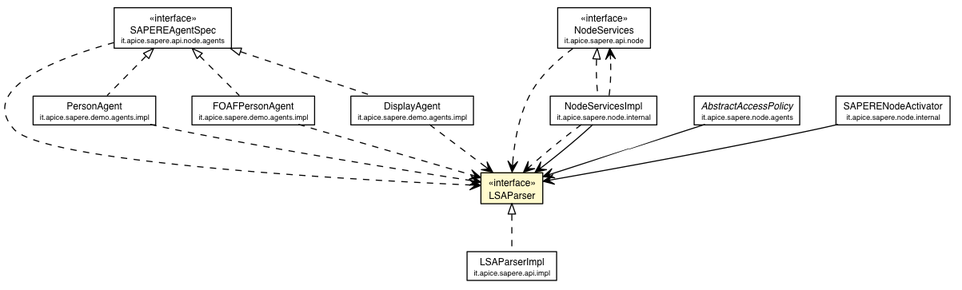
Above: deployed-site/apidocs/it/apice/sapere/api/LSAParser.png in DanySK/Legacy-Contessi-Thesis-Semantic-Web-SAPERE (Graphviz), before the change. Its source is kept beside it as deployed-site/apidocs/it/apice/sapere/api/LSAParser.dot. Its diagram source:
```dot

digraph G {
	edge [fontname="Helvetica",fontsize=10,labelfontname="Helvetica",labelfontsize=10];
	node [fontname="Helvetica",fontsize=10,shape=plaintext];
	c17725 [label=<<table border="0" cellborder="1" cellspacing="0" cellpadding="2" port="p" bgcolor="lemonChiffon" href="./LSAParser.html">
		<tr><td><table border="0" cellspacing="0" cellpadding="1">
			<tr><td> &laquo;interface&raquo; </td></tr>
			<tr><td> LSAParser </td></tr>
		</table></td></tr>
		</table>>, fontname="Helvetica", fontcolor="black", fontsize=9.0];
	c17802 [label=<<table border="0" cellborder="1" cellspacing="0" cellpadding="2" port="p" href="./node/agents/SAPEREAgentSpec.html">
		<tr><td><table border="0" cellspacing="0" cellpadding="1">
			<tr><td> &laquo;interface&raquo; </td></tr>
			<tr><td> SAPEREAgentSpec </td></tr>
			<tr><td><font point-size="7.0"> it.apice.sapere.api.node.agents </font></td></tr>
		</table></td></tr>
		</table>>, fontname="Helvetica", fontcolor="black", fontsize=9.0];
	c17810 [label=<<table border="0" cellborder="1" cellspacing="0" cellpadding="2" port="p" href="./node/NodeServices.html">
		<tr><td><table border="0" cellspacing="0" cellpadding="1">
			<tr><td> &laquo;interface&raquo; </td></tr>
			<tr><td> NodeServices </td></tr>
			<tr><td><font point-size="7.0"> it.apice.sapere.api.node </font></td></tr>
		</table></td></tr>
		</table>>, fontname="Helvetica", fontcolor="black", fontsize=9.0];
	c17870 [label=<<table border="0" cellborder="1" cellspacing="0" cellpadding="2" port="p" href="./impl/LSAParserImpl.html">
		<tr><td><table border="0" cellspacing="0" cellpadding="1">
			<tr><td> LSAParserImpl </td></tr>
			<tr><td><font point-size="7.0"> it.apice.sapere.api.impl </font></td></tr>
		</table></td></tr>
		</table>>, fontname="Helvetica", fontcolor="black", fontsize=9.0];
	c17917 [label=<<table border="0" cellborder="1" cellspacing="0" cellpadding="2" port="p" href="../node/agents/AbstractAccessPolicy.html">
		<tr><td><table border="0" cellspacing="0" cellpadding="1">
			<tr><td><font face="Helvetica-Oblique"> AbstractAccessPolicy </font></td></tr>
			<tr><td><font point-size="7.0"> it.apice.sapere.node.agents </font></td></tr>
		</table></td></tr>
		</table>>, fontname="Helvetica", fontcolor="black", fontsize=9.0];
	c17923 [label=<<table border="0" cellborder="1" cellspacing="0" cellpadding="2" port="p" href="../node/internal/SAPERENodeActivator.html">
		<tr><td><table border="0" cellspacing="0" cellpadding="1">
			<tr><td> SAPERENodeActivator </td></tr>
			<tr><td><font point-size="7.0"> it.apice.sapere.node.internal </font></td></tr>
		</table></td></tr>
		</table>>, fontname="Helvetica", fontcolor="black", fontsize=9.0];
	c17924 [label=<<table border="0" cellborder="1" cellspacing="0" cellpadding="2" port="p" href="../node/internal/NodeServicesImpl.html">
		<tr><td><table border="0" cellspacing="0" cellpadding="1">
			<tr><td> NodeServicesImpl </td></tr>
			<tr><td><font point-size="7.0"> it.apice.sapere.node.internal </font></td></tr>
		</table></td></tr>
		</table>>, fontname="Helvetica", fontcolor="black", fontsize=9.0];
	c17943 [label=<<table border="0" cellborder="1" cellspacing="0" cellpadding="2" port="p" href="../demo/agents/impl/PersonAgent.html">
		<tr><td><table border="0" cellspacing="0" cellpadding="1">
			<tr><td> PersonAgent </td></tr>
			<tr><td><font point-size="7.0"> it.apice.sapere.demo.agents.impl </font></td></tr>
		</table></td></tr>
		</table>>, fontname="Helvetica", fontcolor="black", fontsize=9.0];
	c17944 [label=<<table border="0" cellborder="1" cellspacing="0" cellpadding="2" port="p" href="../demo/agents/impl/FOAFPersonAgent.html">
		<tr><td><table border="0" cellspacing="0" cellpadding="1">
			<tr><td> FOAFPersonAgent </td></tr>
			<tr><td><font point-size="7.0"> it.apice.sapere.demo.agents.impl </font></td></tr>
		</table></td></tr>
		</table>>, fontname="Helvetica", fontcolor="black", fontsize=9.0];
	c17946 [label=<<table border="0" cellborder="1" cellspacing="0" cellpadding="2" port="p" href="../demo/agents/impl/DisplayAgent.html">
		<tr><td><table border="0" cellspacing="0" cellpadding="1">
			<tr><td> DisplayAgent </td></tr>
			<tr><td><font point-size="7.0"> it.apice.sapere.demo.agents.impl </font></td></tr>
		</table></td></tr>
		</table>>, fontname="Helvetica", fontcolor="black", fontsize=9.0];
	c17725:p -> c17870:p [dir=back,arrowtail=empty,style=dashed];
	c17810:p -> c17924:p [dir=back,arrowtail=empty,style=dashed];
	c17802:p -> c17943:p [dir=back,arrowtail=empty,style=dashed];
	c17802:p -> c17944:p [dir=back,arrowtail=empty,style=dashed];
	c17802:p -> c17946:p [dir=back,arrowtail=empty,style=dashed];
	c17917:p -> c17725:p [taillabel="", label="", headlabel="", fontname="Helvetica", fontcolor="black", fontsize=10.0, color="black", arrowhead=open];
	c17923:p -> c17725:p [taillabel="", label="", headlabel="", fontname="Helvetica", fontcolor="black", fontsize=10.0, color="black", arrowhead=open];
	c17924:p -> c17725:p [taillabel="", label="", headlabel="", fontname="Helvetica", fontcolor="black", fontsize=10.0, color="black", arrowhead=open];
	c17802:p -> c17725:p [taillabel="", label="", headlabel="", fontname="Helvetica", fontcolor="black", fontsize=10.0, color="black", arrowhead=open, style=dashed];
	c17810:p -> c17725:p [taillabel="", label="", headlabel="", fontname="Helvetica", fontcolor="black", fontsize=10.0, color="black", arrowhead=open, style=dashed];
	c17924:p -> c17725:p [taillabel="", label="", headlabel="", fontname="Helvetica", fontcolor="black", fontsize=10.0, color="black", arrowhead=open, style=dashed];
	c17924:p -> c17810:p [taillabel="", label="", headlabel="", fontname="Helvetica", fontcolor="black", fontsize=10.0, color="black", arrowhead=open, style=dashed];
	c17943:p -> c17725:p [taillabel="", label="", headlabel="", fontname="Helvetica", fontcolor="black", fontsize=10.0, color="black", arrowhead=open, style=dashed];
	c17944:p -> c17725:p [taillabel="", label="", headlabel="", fontname="Helvetica", fontcolor="black", fontsize=10.0, color="black", arrowhead=open, style=dashed];
	c17946:p -> c17725:p [taillabel="", label="", headlabel="", fontname="Helvetica", fontcolor="black", fontsize=10.0, color="black", arrowhead=open, style=dashed];
}
```
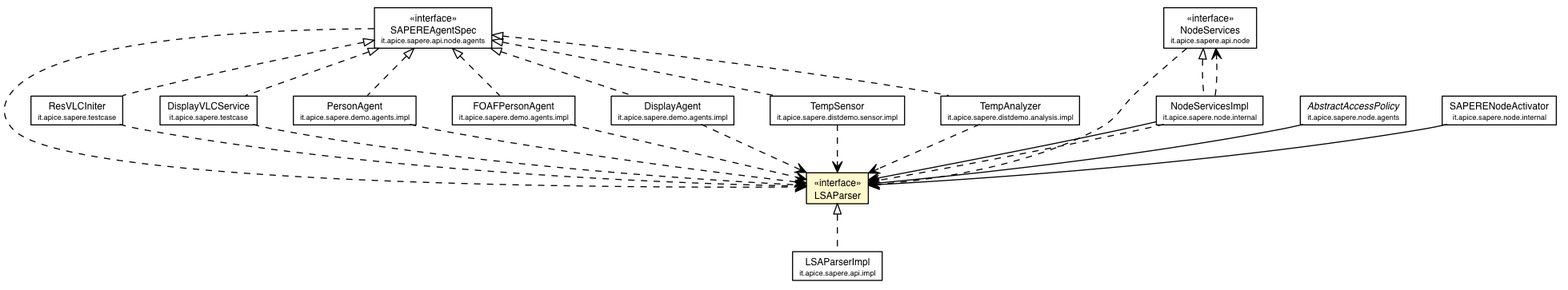
After the commit.

What changed in the source:
```diff
@@ -2,81 +2,113 @@
 digraph G {
 	edge [fontname="Helvetica",fontsize=10,labelfontname="Helvetica",labelfontsize=10];
 	node [fontname="Helvetica",fontsize=10,shape=plaintext];
-	c17725 [label=<<table border="0" cellborder="1" cellspacing="0" cellpadding="2" port="p" bgcolor="lemonChiffon" href="./LSAParser.html">
+	c21999 [label=<<table border="0" cellborder="1" cellspacing="0" cellpadding="2" port="p" bgcolor="lemonChiffon" href="./LSAParser.html">
 		<tr><td><table border="0" cellspacing="0" cellpadding="1">
 			<tr><td> &laquo;interface&raquo; </td></tr>
 			<tr><td> LSAParser </td></tr>
 		</table></td></tr>
 		</table>>, fontname="Helvetica", fontcolor="black", fontsize=9.0];
-	c17802 [label=<<table border="0" cellborder="1" cellspacing="0" cellpadding="2" port="p" href="./node/agents/SAPEREAgentSpec.html">
+	c22076 [label=<<table border="0" cellborder="1" cellspacing="0" cellpadding="2" port="p" href="./node/agents/SAPEREAgentSpec.html">
 		<tr><td><table border="0" cellspacing="0" cellpadding="1">
 			<tr><td> &laquo;interface&raquo; </td></tr>
 			<tr><td> SAPEREAgentSpec </td></tr>
 			<tr><td><font point-size="7.0"> it.apice.sapere.api.node.agents </font></td></tr>
 		</table></td></tr>
 		</table>>, fontname="Helvetica", fontcolor="black", fontsize=9.0];
-	c17810 [label=<<table border="0" cellborder="1" cellspacing="0" cellpadding="2" port="p" href="./node/NodeServices.html">
+	c22084 [label=<<table border="0" cellborder="1" cellspacing="0" cellpadding="2" port="p" href="./node/NodeServices.html">
 		<tr><td><table border="0" cellspacing="0" cellpadding="1">
 			<tr><td> &laquo;interface&raquo; </td></tr>
 			<tr><td> NodeServices </td></tr>
 			<tr><td><font point-size="7.0"> it.apice.sapere.api.node </font></td></tr>
 		</table></td></tr>
 		</table>>, fontname="Helvetica", fontcolor="black", fontsize=9.0];
-	c17870 [label=<<table border="0" cellborder="1" cellspacing="0" cellpadding="2" port="p" href="./impl/LSAParserImpl.html">
+	c22144 [label=<<table border="0" cellborder="1" cellspacing="0" cellpadding="2" port="p" href="./impl/LSAParserImpl.html">
 		<tr><td><table border="0" cellspacing="0" cellpadding="1">
 			<tr><td> LSAParserImpl </td></tr>
 			<tr><td><font point-size="7.0"> it.apice.sapere.api.impl </font></td></tr>
 		</table></td></tr>
 		</table>>, fontname="Helvetica", fontcolor="black", fontsize=9.0];
-	c17917 [label=<<table border="0" cellborder="1" cellspacing="0" cellpadding="2" port="p" href="../node/agents/AbstractAccessPolicy.html">
+	c22191 [label=<<table border="0" cellborder="1" cellspacing="0" cellpadding="2" port="p" href="../node/agents/AbstractAccessPolicy.html">
 		<tr><td><table border="0" cellspacing="0" cellpadding="1">
 			<tr><td><font face="Helvetica-Oblique"> AbstractAccessPolicy </font></td></tr>
 			<tr><td><font point-size="7.0"> it.apice.sapere.node.agents </font></td></tr>
 		</table></td></tr>
 		</table>>, fontname="Helvetica", fontcolor="black", fontsize=9.0];
-	c17923 [label=<<table border="0" cellborder="1" cellspacing="0" cellpadding="2" port="p" href="../node/internal/SAPERENodeActivator.html">
+	c22197 [label=<<table border="0" cellborder="1" cellspacing="0" cellpadding="2" port="p" href="../node/internal/SAPERENodeActivator.html">
 		<tr><td><table border="0" cellspacing="0" cellpadding="1">
 			<tr><td> SAPERENodeActivator </td></tr>
 			<tr><td><font point-size="7.0"> it.apice.sapere.node.internal </font></td></tr>
 		</table></td></tr>
 		</table>>, fontname="Helvetica", fontcolor="black", fontsize=9.0];
-	c17924 [label=<<table border="0" cellborder="1" cellspacing="0" cellpadding="2" port="p" href="../node/internal/NodeServicesImpl.html">
+	c22198 [label=<<table border="0" cellborder="1" cellspacing="0" cellpadding="2" port="p" href="../node/internal/NodeServicesImpl.html">
 		<tr><td><table border="0" cellspacing="0" cellpadding="1">
 			<tr><td> NodeServicesImpl </td></tr>
 			<tr><td><font point-size="7.0"> it.apice.sapere.node.internal </font></td></tr>
 		</table></td></tr>
 		</table>>, fontname="Helvetica", fontcolor="black", fontsize=9.0];
-	c17943 [label=<<table border="0" cellborder="1" cellspacing="0" cellpadding="2" port="p" href="../demo/agents/impl/PersonAgent.html">
+	c22220 [label=<<table border="0" cellborder="1" cellspacing="0" cellpadding="2" port="p" href="../testcase/ResVLCIniter.html">
+		<tr><td><table border="0" cellspacing="0" cellpadding="1">
+			<tr><td> ResVLCIniter </td></tr>
+			<tr><td><font point-size="7.0"> it.apice.sapere.testcase </font></td></tr>
+		</table></td></tr>
+		</table>>, fontname="Helvetica", fontcolor="black", fontsize=9.0];
+	c22221 [label=<<table border="0" cellborder="1" cellspacing="0" cellpadding="2" port="p" href="../testcase/DisplayVLCService.html">
+		<tr><td><table border="0" cellspacing="0" cellpadding="1">
+			<tr><td> DisplayVLCService </td></tr>
+			<tr><td><font point-size="7.0"> it.apice.sapere.testcase </font></td></tr>
+		</table></td></tr>
+		</table>>, fontname="Helvetica", fontcolor="black", fontsize=9.0];
+	c22224 [label=<<table border="0" cellborder="1" cellspacing="0" cellpadding="2" port="p" href="../demo/agents/impl/PersonAgent.html">
 		<tr><td><table border="0" cellspacing="0" cellpadding="1">
 			<tr><td> PersonAgent </td></tr>
 			<tr><td><font point-size="7.0"> it.apice.sapere.demo.agents.impl </font></td></tr>
 		</table></td></tr>
 		</table>>, fontname="Helvetica", fontcolor="black", fontsize=9.0];
-	c17944 [label=<<table border="0" cellborder="1" cellspacing="0" cellpadding="2" port="p" href="../demo/agents/impl/FOAFPersonAgent.html">
+	c22225 [label=<<table border="0" cellborder="1" cellspacing="0" cellpadding="2" port="p" href="../demo/agents/impl/FOAFPersonAgent.html">
 		<tr><td><table border="0" cellspacing="0" cellpadding="1">
 			<tr><td> FOAFPersonAgent </td></tr>
 			<tr><td><font point-size="7.0"> it.apice.sapere.demo.agents.impl </font></td></tr>
 		</table></td></tr>
 		</table>>, fontname="Helvetica", fontcolor="black", fontsize=9.0];
-	c17946 [label=<<table border="0" cellborder="1" cellspacing="0" cellpadding="2" port="p" href="../demo/agents/impl/DisplayAgent.html">
+	c22227 [label=<<table border="0" cellborder="1" cellspacing="0" cellpadding="2" port="p" href="../demo/agents/impl/DisplayAgent.html">
 		<tr><td><table border="0" cellspacing="0" cellpadding="1">
 			<tr><td> DisplayAgent </td></tr>
 			<tr><td><font point-size="7.0"> it.apice.sapere.demo.agents.impl </font></td></tr>
 		</table></td></tr>
 		</table>>, fontname="Helvetica", fontcolor="black", fontsize=9.0];
-	c17725:p -> c17870:p [dir=back,arrowtail=empty,style=dashed];
-	c17810:p -> c17924:p [dir=back,arrowtail=empty,style=dashed];
-	c17802:p -> c17943:p [dir=back,arrowtail=empty,style=dashed];
-	c17802:p -> c17944:p [dir=back,arrowtail=empty,style=dashed];
-	c17802:p -> c17946:p [dir=back,arrowtail=empty,style=dashed];
-	c17917:p -> c17725:p [taillabel="", label="", headlabel="", fontname="Helvetica", fontcolor="black", fontsize=10.0, color="black", arrowhead=open];
-	c17923:p -> c17725:p [taillabel="", label="", headlabel="", fontname="Helvetica", fontcolor="black", fontsize=10.0, color="black", arrowhead=open];
-	c17924:p -> c17725:p [taillabel="", label="", headlabel="", fontname="Helvetica", fontcolor="black", fontsize=10.0, color="black", arrowhead=open];
-	c17802:p -> c17725:p [taillabel="", label="", headlabel="", fontname="Helvetica", fontcolor="black", fontsize=10.0, color="black", arrowhead=open, style=dashed];
-	c17810:p -> c17725:p [taillabel="", label="", headlabel="", fontname="Helvetica", fontcolor="black", fontsize=10.0, color="black", arrowhead=open, style=dashed];
-	c17924:p -> c17725:p [taillabel="", label="", headlabel="", fontname="Helvetica", fontcolor="black", fontsize=10.0, color="black", arrowhead=open, style=dashed];
-	c17924:p -> c17810:p [taillabel="", label="", headlabel="", fontname="Helvetica", fontcolor="black", fontsize=10.0, color="black", arrowhead=open, style=dashed];
-	c17943:p -> c17725:p [taillabel="", label="", headlabel="", fontname="Helvetica", fontcolor="black", fontsize=10.0, color="black", arrowhead=open, style=dashed];
-	c17944:p -> c17725:p [taillabel="", label="", headlabel="", fontname="Helvetica", fontcolor="black", fontsize=10.0, color="black", arrowhead=open, style=dashed];
-	c17946:p -> c17725:p [taillabel="", label="", headlabel="", fontname="Helvetica", fontcolor="black", fontsize=10.0, color="black", arrowhead=open, style=dashed];
+	c22239 [label=<<table border="0" cellborder="1" cellspacing="0" cellpadding="2" port="p" href="../distdemo/sensor/impl/TempSensor.html">
+		<tr><td><table border="0" cellspacing="0" cellpadding="1">
+			<tr><td> TempSensor </td></tr>
+			<tr><td><font point-size="7.0"> it.apice.sapere.distdemo.sensor.impl </font></td></tr>
+		</table></td></tr>
+		</table>>, fontname="Helvetica", fontcolor="black", fontsize=9.0];
+	c22244 [label=<<table border="0" cellborder="1" cellspacing="0" cellpadding="2" port="p" href="../distdemo/analysis/impl/TempAnalyzer.html">
+		<tr><td><table border="0" cellspacing="0" cellpadding="1">
+			<tr><td> TempAnalyzer </td></tr>
+			<tr><td><font point-size="7.0"> it.apice.sapere.distdemo.analysis.impl </font></td></tr>
+		</table></td></tr>
+		</table>>, fontname="Helvetica", fontcolor="black", fontsize=9.0];
+	c21999:p -> c22144:p [dir=back,arrowtail=empty,style=dashed];
+	c22084:p -> c22198:p [dir=back,arrowtail=empty,style=dashed];
+	c22076:p -> c22220:p [dir=back,arrowtail=empty,style=dashed];
+	c22076:p -> c22221:p [dir=back,arrowtail=empty,style=dashed];
+	c22076:p -> c22224:p [dir=back,arrowtail=empty,style=dashed];
+	c22076:p -> c22225:p [dir=back,arrowtail=empty,style=dashed];
+	c22076:p -> c22227:p [dir=back,arrowtail=empty,style=dashed];
+	c22076:p -> c22239:p [dir=back,arrowtail=empty,style=dashed];
+	c22076:p -> c22244:p [dir=back,arrowtail=empty,style=dashed];
+	c22191:p -> c21999:p [taillabel="", label="", headlabel="", fontname="Helvetica", fontcolor="black", fontsize=10.0, color="black", arrowhead=open];
+	c22197:p -> c21999:p [taillabel="", label="", headlabel="", fontname="Helvetica", fontcolor="black", fontsize=10.0, color="black", arrowhead=open];
+	c22198:p -> c21999:p [taillabel="", label="", headlabel="", fontname="Helvetica", fontcolor="black", fontsize=10.0, color="black", arrowhead=open];
+	c22076:p -> c21999:p [taillabel="", label="", headlabel="", fontname="Helvetica", fontcolor="black", fontsize=10.0, color="black", arrowhead=open, style=dashed];
+	c22084:p -> c21999:p [taillabel="", label="", headlabel="", fontname="Helvetica", fontcolor="black", fontsize=10.0, color="black", arrowhead=open, style=dashed];
+	c22198:p -> c21999:p [taillabel="", label="", headlabel="", fontname="Helvetica", fontcolor="black", fontsize=10.0, color="black", arrowhead=open, style=dashed];
+	c22198:p -> c22084:p [taillabel="", label="", headlabel="", fontname="Helvetica", fontcolor="black", fontsize=10.0, color="black", arrowhead=open, style=dashed];
+	c22220:p -> c21999:p [taillabel="", label="", headlabel="", fontname="Helvetica", fontcolor="black", fontsize=10.0, color="black", arrowhead=open, style=dashed];
+	c22221:p -> c21999:p [taillabel="", label="", headlabel="", fontname="Helvetica", fontcolor="black", fontsize=10.0, color="black", arrowhead=open, style=dashed];
+	c22224:p -> c21999:p [taillabel="", label="", headlabel="", fontname="Helvetica", fontcolor="black", fontsize=10.0, color="black", arrowhead=open, style=dashed];
+	c22225:p -> c21999:p [taillabel="", label="", headlabel="", fontname="Helvetica", fontcolor="black", fontsize=10.0, color="black", arrowhead=open, style=dashed];
+	c22227:p -> c21999:p [taillabel="", label="", headlabel="", fontname="Helvetica", fontcolor="black", fontsize=10.0, color="black", arrowhead=open, style=dashed];
+	c22239:p -> c21999:p [taillabel="", label="", headlabel="", fontname="Helvetica", fontcolor="black", fontsize=10.0, color="black", arrowhead=open, style=dashed];
+	c22244:p -> c21999:p [taillabel="", label="", headlabel="", fontname="Helvetica", fontcolor="black", fontsize=10.0, color="black", arrowhead=open, style=dashed];
 }
```
